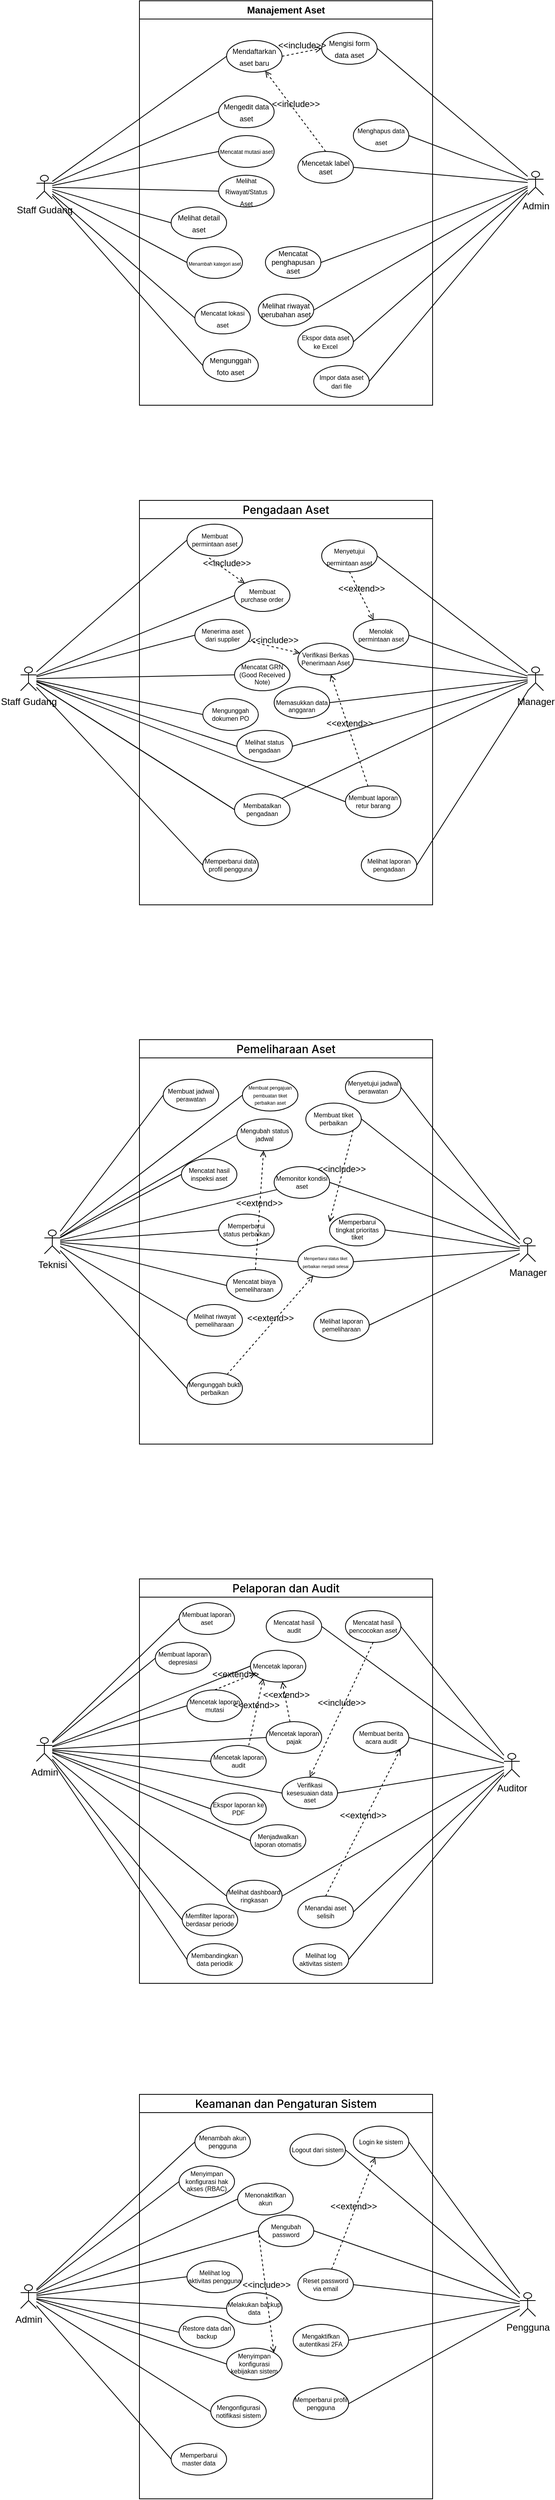
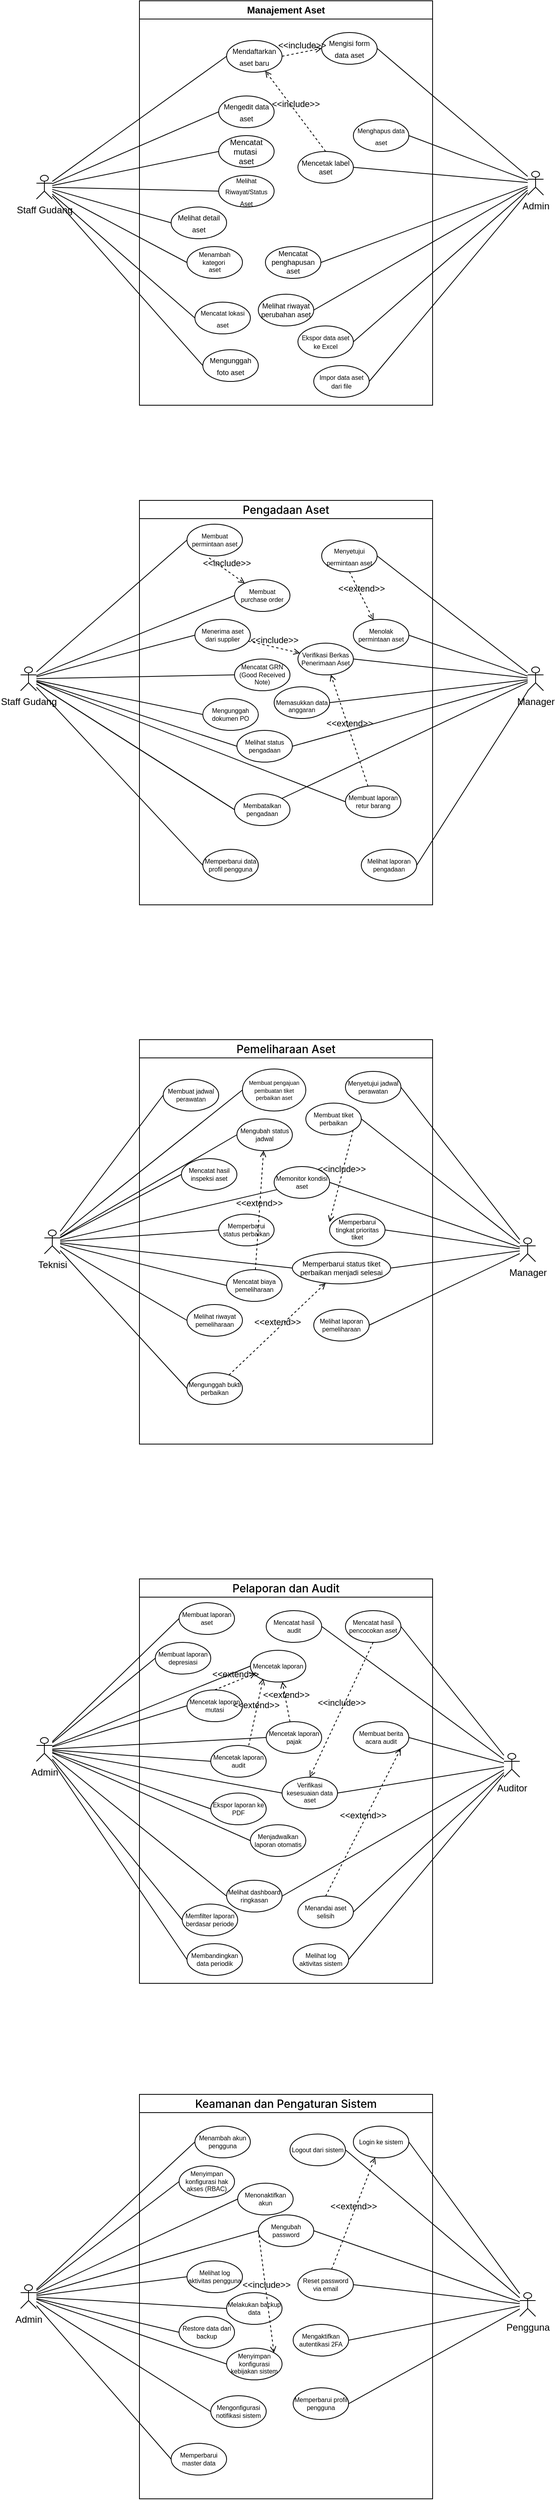
<mxfile host="app.diagrams.net">
  <diagram name="Halaman-1" id="vrqg1WvFMhjWSPYmkqD6">
-     <mxGraphModel dx="1288" dy="709" grid="1" gridSize="10" guides="1" tooltips="1" connect="1" arrows="1" fold="1" page="1" pageScale="1" pageWidth="827" pageHeight="1169" math="0" shadow="0">
+     <mxGraphModel dx="981" dy="540" grid="0" gridSize="10" guides="1" tooltips="1" connect="1" arrows="1" fold="1" page="0" pageScale="1" pageWidth="827" pageHeight="1169" math="0" shadow="0">
      <root>
        <mxCell id="0" />
        <mxCell id="1" parent="0" />
        <mxCell id="ttJMnmOJ9A8DWHro3bs2-210" parent="1" style="shape=umlActor;verticalLabelPosition=bottom;verticalAlign=top;html=1;outlineConnect=0;" value="Staff Gudang" vertex="1">
          <mxGeometry height="30" width="20" x="90" y="310" as="geometry" />
        </mxCell>
        <mxCell id="ttJMnmOJ9A8DWHro3bs2-211" parent="1" style="shape=umlActor;verticalLabelPosition=bottom;verticalAlign=top;html=1;outlineConnect=0;" value="Admin" vertex="1">
          <mxGeometry height="30" width="20" x="710" y="305" as="geometry" />
        </mxCell>
        <mxCell id="ttJMnmOJ9A8DWHro3bs2-215" edge="1" parent="1" source="ttJMnmOJ9A8DWHro3bs2-216" style="rounded=0;orthogonalLoop=1;jettySize=auto;html=1;exitX=0;exitY=0.5;exitDx=0;exitDy=0;endArrow=none;endFill=0;" target="ttJMnmOJ9A8DWHro3bs2-210">
          <mxGeometry relative="1" as="geometry" />
        </mxCell>
        <mxCell id="ttJMnmOJ9A8DWHro3bs2-217" edge="1" parent="1" source="ttJMnmOJ9A8DWHro3bs2-218" style="rounded=0;orthogonalLoop=1;jettySize=auto;html=1;exitX=0;exitY=0.5;exitDx=0;exitDy=0;endArrow=none;endFill=0;" target="ttJMnmOJ9A8DWHro3bs2-210">
          <mxGeometry relative="1" as="geometry" />
        </mxCell>
-         <mxCell id="ttJMnmOJ9A8DWHro3bs2-219" parent="1" style="ellipse;whiteSpace=wrap;html=1;align=center;" value="&lt;span style=&quot;font-size: 6px;&quot;&gt;Menambah kategori aset&lt;/span&gt;" vertex="1">
+         <mxCell id="ttJMnmOJ9A8DWHro3bs2-219" parent="1" style="ellipse;whiteSpace=wrap;html=1;align=center;fontSize=8;" value="&lt;span&gt;Menambah kategori&amp;nbsp;&lt;/span&gt;&lt;div&gt;&lt;span&gt;aset&lt;/span&gt;&lt;/div&gt;" vertex="1">
          <mxGeometry height="40" width="70" x="280" y="400" as="geometry" />
        </mxCell>
        <mxCell id="ttJMnmOJ9A8DWHro3bs2-220" parent="1" style="ellipse;whiteSpace=wrap;html=1;align=center;" value="&lt;span style=&quot;&quot;&gt;&lt;font style=&quot;font-size: 9px;&quot;&gt;Mengunggah foto aset&lt;/font&gt;&lt;/span&gt;" vertex="1">
          <mxGeometry height="40" width="70" x="300" y="530" as="geometry" />
        </mxCell>
        <mxCell id="ttJMnmOJ9A8DWHro3bs2-221" parent="1" style="ellipse;whiteSpace=wrap;html=1;align=center;" value="&lt;span style=&quot;&quot;&gt;&lt;font style=&quot;font-size: 9px;&quot;&gt;Mengedit data aset&lt;/font&gt;&lt;/span&gt;" vertex="1">
          <mxGeometry height="40" width="70" x="320" y="210" as="geometry" />
        </mxCell>
        <mxCell id="ttJMnmOJ9A8DWHro3bs2-222" parent="1" style="ellipse;whiteSpace=wrap;html=1;align=center;" value="&lt;span style=&quot;&quot;&gt;&lt;font style=&quot;font-size: 8px;&quot;&gt;Mencatat lokasi aset&lt;/font&gt;&lt;/span&gt;" vertex="1">
          <mxGeometry height="40" width="70" x="290" y="470" as="geometry" />
        </mxCell>
        <mxCell id="ttJMnmOJ9A8DWHro3bs2-223" parent="1" style="ellipse;whiteSpace=wrap;html=1;align=center;" value="&lt;span style=&quot;&quot;&gt;&lt;font style=&quot;font-size: 9px;&quot;&gt;Mengisi form data aset&lt;/font&gt;&lt;/span&gt;" vertex="1">
          <mxGeometry height="40" width="70" x="450" y="130" as="geometry" />
        </mxCell>
        <mxCell id="ttJMnmOJ9A8DWHro3bs2-226" edge="1" parent="1" source="ttJMnmOJ9A8DWHro3bs2-227" style="rounded=0;orthogonalLoop=1;jettySize=auto;html=1;exitX=1;exitY=0.5;exitDx=0;exitDy=0;endArrow=none;endFill=0;" target="ttJMnmOJ9A8DWHro3bs2-211">
          <mxGeometry relative="1" as="geometry">
            <mxPoint x="710" y="340" as="targetPoint" />
          </mxGeometry>
        </mxCell>
        <mxCell id="ttJMnmOJ9A8DWHro3bs2-232" edge="1" parent="1" source="ttJMnmOJ9A8DWHro3bs2-212" style="rounded=0;orthogonalLoop=1;jettySize=auto;html=1;exitX=0;exitY=0.5;exitDx=0;exitDy=0;endArrow=none;endFill=0;" target="ttJMnmOJ9A8DWHro3bs2-210">
          <mxGeometry relative="1" as="geometry" />
        </mxCell>
        <mxCell id="ttJMnmOJ9A8DWHro3bs2-233" edge="1" parent="1" source="ttJMnmOJ9A8DWHro3bs2-221" style="rounded=0;orthogonalLoop=1;jettySize=auto;html=1;exitX=0;exitY=0.5;exitDx=0;exitDy=0;endArrow=none;endFill=0;" target="ttJMnmOJ9A8DWHro3bs2-210">
          <mxGeometry relative="1" as="geometry" />
        </mxCell>
        <mxCell id="ttJMnmOJ9A8DWHro3bs2-234" edge="1" parent="1" source="ttJMnmOJ9A8DWHro3bs2-220" style="rounded=0;orthogonalLoop=1;jettySize=auto;html=1;exitX=0;exitY=0.5;exitDx=0;exitDy=0;endArrow=none;endFill=0;" target="ttJMnmOJ9A8DWHro3bs2-210">
          <mxGeometry relative="1" as="geometry" />
        </mxCell>
        <mxCell id="ttJMnmOJ9A8DWHro3bs2-235" edge="1" parent="1" source="ttJMnmOJ9A8DWHro3bs2-219" style="rounded=0;orthogonalLoop=1;jettySize=auto;html=1;exitX=0;exitY=0.5;exitDx=0;exitDy=0;startSize=5;endArrow=none;endFill=0;" target="ttJMnmOJ9A8DWHro3bs2-210">
          <mxGeometry relative="1" as="geometry" />
        </mxCell>
        <mxCell id="ttJMnmOJ9A8DWHro3bs2-236" edge="1" parent="1" source="ttJMnmOJ9A8DWHro3bs2-222" style="rounded=0;orthogonalLoop=1;jettySize=auto;html=1;exitX=0;exitY=0.5;exitDx=0;exitDy=0;endArrow=none;endFill=0;" target="ttJMnmOJ9A8DWHro3bs2-210">
          <mxGeometry relative="1" as="geometry" />
        </mxCell>
        <mxCell id="ttJMnmOJ9A8DWHro3bs2-237" edge="1" parent="1" source="ttJMnmOJ9A8DWHro3bs2-223" style="rounded=0;orthogonalLoop=1;jettySize=auto;html=1;exitX=1;exitY=0.5;exitDx=0;exitDy=0;endArrow=none;endFill=0;" target="ttJMnmOJ9A8DWHro3bs2-211">
          <mxGeometry relative="1" as="geometry" />
        </mxCell>
        <mxCell id="ttJMnmOJ9A8DWHro3bs2-240" edge="1" parent="1" source="ttJMnmOJ9A8DWHro3bs2-230" style="rounded=0;orthogonalLoop=1;jettySize=auto;html=1;exitX=1;exitY=0.5;exitDx=0;exitDy=0;endArrow=none;endFill=0;" target="ttJMnmOJ9A8DWHro3bs2-211">
          <mxGeometry relative="1" as="geometry" />
        </mxCell>
        <mxCell id="ttJMnmOJ9A8DWHro3bs2-241" edge="1" parent="1" source="ttJMnmOJ9A8DWHro3bs2-228" style="rounded=0;orthogonalLoop=1;jettySize=auto;html=1;exitX=1;exitY=0.5;exitDx=0;exitDy=0;endArrow=none;endFill=0;" target="ttJMnmOJ9A8DWHro3bs2-211">
          <mxGeometry relative="1" as="geometry" />
        </mxCell>
        <mxCell id="ttJMnmOJ9A8DWHro3bs2-242" edge="1" parent="1" source="ttJMnmOJ9A8DWHro3bs2-225" style="rounded=0;orthogonalLoop=1;jettySize=auto;html=1;exitX=1;exitY=0.5;exitDx=0;exitDy=0;endArrow=none;endFill=0;" target="ttJMnmOJ9A8DWHro3bs2-211">
          <mxGeometry relative="1" as="geometry" />
        </mxCell>
        <mxCell id="ttJMnmOJ9A8DWHro3bs2-243" edge="1" parent="1" source="ttJMnmOJ9A8DWHro3bs2-231" style="rounded=0;orthogonalLoop=1;jettySize=auto;html=1;exitX=1;exitY=0.5;exitDx=0;exitDy=0;endArrow=none;endFill=0;" target="ttJMnmOJ9A8DWHro3bs2-211">
          <mxGeometry relative="1" as="geometry" />
        </mxCell>
        <mxCell id="ttJMnmOJ9A8DWHro3bs2-245" edge="1" parent="1" source="ttJMnmOJ9A8DWHro3bs2-212" style="html=1;verticalAlign=bottom;labelBackgroundColor=none;endArrow=open;endFill=0;dashed=1;rounded=0;entryX=0;entryY=0.5;entryDx=0;entryDy=0;exitX=1;exitY=0.5;exitDx=0;exitDy=0;" target="ttJMnmOJ9A8DWHro3bs2-223" value="&amp;lt;&amp;lt;include&amp;gt;&amp;gt;">
          <mxGeometry relative="1" width="160" as="geometry">
            <mxPoint x="400" y="170" as="sourcePoint" />
            <mxPoint x="560" y="170" as="targetPoint" />
          </mxGeometry>
        </mxCell>
        <mxCell id="ttJMnmOJ9A8DWHro3bs2-248" parent="1" style="swimlane;whiteSpace=wrap;html=1;startSize=23;" value="Manajement Aset" vertex="1">
          <mxGeometry height="510" width="370" x="220" y="90" as="geometry" />
        </mxCell>
        <mxCell id="ttJMnmOJ9A8DWHro3bs2-218" parent="ttJMnmOJ9A8DWHro3bs2-248" style="ellipse;whiteSpace=wrap;html=1;align=center;" value="&lt;span style=&quot;&quot;&gt;&lt;font style=&quot;font-size: 9px;&quot;&gt;Melihat detail aset&lt;/font&gt;&lt;/span&gt;" vertex="1">
          <mxGeometry height="40" width="70" x="40" y="260" as="geometry" />
        </mxCell>
        <mxCell id="ttJMnmOJ9A8DWHro3bs2-216" parent="ttJMnmOJ9A8DWHro3bs2-248" style="ellipse;whiteSpace=wrap;html=1;align=center;" value="&lt;font style=&quot;font-size: 8px;&quot;&gt;Melihat Riwayat/Status Aset&lt;/font&gt;" vertex="1">
          <mxGeometry height="40" width="70" x="100" y="220" as="geometry" />
        </mxCell>
        <mxCell id="ttJMnmOJ9A8DWHro3bs2-230" parent="ttJMnmOJ9A8DWHro3bs2-248" style="ellipse;whiteSpace=wrap;html=1;verticalAlign=middle;fontSize=9;align=center;" value="Mencatat penghapusan aset" vertex="1">
          <mxGeometry height="40" width="70" x="159" y="310" as="geometry" />
        </mxCell>
        <mxCell id="ttJMnmOJ9A8DWHro3bs2-214" parent="ttJMnmOJ9A8DWHro3bs2-248" style="ellipse;whiteSpace=wrap;html=1;align=center;" value="&lt;span style=&quot;&quot;&gt;&lt;font style=&quot;font-size: 8px;&quot;&gt;Menghapus data aset&lt;/font&gt;&lt;/span&gt;" vertex="1">
          <mxGeometry height="40" width="70" x="270" y="150" as="geometry" />
        </mxCell>
-         <mxCell id="ttJMnmOJ9A8DWHro3bs2-229" parent="ttJMnmOJ9A8DWHro3bs2-248" style="ellipse;whiteSpace=wrap;html=1;verticalAlign=middle;fontSize=9;align=center;" value="&lt;font style=&quot;font-size: 7px;&quot;&gt;Mencatat mutasi aset&lt;/font&gt;" vertex="1">
+         <mxCell id="ttJMnmOJ9A8DWHro3bs2-229" parent="ttJMnmOJ9A8DWHro3bs2-248" style="ellipse;whiteSpace=wrap;html=1;verticalAlign=middle;fontSize=10;align=center;" value="&lt;font&gt;Mencatat mutasi&amp;nbsp;&lt;/font&gt;&lt;div&gt;&lt;font&gt;aset&lt;/font&gt;&lt;/div&gt;" vertex="1">
          <mxGeometry height="40" width="70" x="100" y="170" as="geometry" />
        </mxCell>
        <mxCell id="ttJMnmOJ9A8DWHro3bs2-225" parent="ttJMnmOJ9A8DWHro3bs2-248" style="ellipse;whiteSpace=wrap;html=1;verticalAlign=middle;fontSize=9;align=center;" value="Melihat riwayat perubahan aset" vertex="1">
          <mxGeometry height="40" width="70" x="150" y="370" as="geometry" />
        </mxCell>
        <mxCell id="ttJMnmOJ9A8DWHro3bs2-231" parent="ttJMnmOJ9A8DWHro3bs2-248" style="ellipse;whiteSpace=wrap;html=1;verticalAlign=middle;fontSize=9;align=center;" value="&lt;font style=&quot;font-size: 8px;&quot;&gt;Impor data aset dari file&lt;/font&gt;" vertex="1">
          <mxGeometry height="40" width="70" x="220" y="460" as="geometry" />
        </mxCell>
        <mxCell id="ttJMnmOJ9A8DWHro3bs2-227" parent="ttJMnmOJ9A8DWHro3bs2-248" style="ellipse;whiteSpace=wrap;html=1;verticalAlign=middle;fontSize=9;align=center;" value="&lt;font style=&quot;font-size: 8px;&quot;&gt;Ekspor data aset ke Excel&lt;/font&gt;" vertex="1">
          <mxGeometry height="40" width="70" x="200" y="410" as="geometry" />
        </mxCell>
        <mxCell id="ttJMnmOJ9A8DWHro3bs2-228" parent="ttJMnmOJ9A8DWHro3bs2-248" style="ellipse;whiteSpace=wrap;html=1;verticalAlign=middle;fontSize=9;align=center;" value="Mencetak label aset" vertex="1">
          <mxGeometry height="40" width="70" x="200" y="190" as="geometry" />
        </mxCell>
        <mxCell id="ttJMnmOJ9A8DWHro3bs2-212" parent="ttJMnmOJ9A8DWHro3bs2-248" style="ellipse;whiteSpace=wrap;html=1;align=center;" value="&lt;span style=&quot;&quot;&gt;&lt;font style=&quot;font-size: 9px;&quot;&gt;Mendaftarkan aset baru&lt;/font&gt;&lt;/span&gt;" vertex="1">
          <mxGeometry height="40" width="70" x="110" y="50" as="geometry" />
        </mxCell>
        <mxCell id="ttJMnmOJ9A8DWHro3bs2-244" edge="1" parent="ttJMnmOJ9A8DWHro3bs2-248" source="ttJMnmOJ9A8DWHro3bs2-228" style="html=1;verticalAlign=bottom;labelBackgroundColor=none;endArrow=open;endFill=0;dashed=1;rounded=0;exitX=0.5;exitY=0;exitDx=0;exitDy=0;" target="ttJMnmOJ9A8DWHro3bs2-212" value="&amp;lt;&amp;lt;include&amp;gt;&amp;gt;">
          <mxGeometry relative="1" width="160" as="geometry">
            <mxPoint x="160" y="300" as="sourcePoint" />
            <mxPoint x="265" y="130" as="targetPoint" />
          </mxGeometry>
        </mxCell>
        <mxCell id="ttJMnmOJ9A8DWHro3bs2-249" parent="1" style="swimlane;whiteSpace=wrap;html=1;startSize=23;" value="&lt;span style=&quot;font-family: &amp;quot;Anthropic Sans&amp;quot;, -apple-system, BlinkMacSystemFont, &amp;quot;Segoe UI&amp;quot;, sans-serif; font-size: 14px; font-weight: 500; text-align: start; white-space: nowrap;&quot;&gt;Pengadaan Aset&lt;/span&gt;" vertex="1">
          <mxGeometry height="510" width="370" x="220" y="720" as="geometry" />
        </mxCell>
        <mxCell id="ttJMnmOJ9A8DWHro3bs2-253" parent="ttJMnmOJ9A8DWHro3bs2-249" style="ellipse;whiteSpace=wrap;html=1;align=center;fontSize=8;" value="&lt;span style=&quot;&quot;&gt;Membuat permintaan aset&lt;/span&gt;" vertex="1">
          <mxGeometry height="40" width="70" x="60" y="30" as="geometry" />
        </mxCell>
        <mxCell id="ttJMnmOJ9A8DWHro3bs2-254" parent="ttJMnmOJ9A8DWHro3bs2-249" style="ellipse;whiteSpace=wrap;html=1;align=center;fontSize=8;" value="&lt;span style=&quot;&quot;&gt;Membuat purchase order&lt;/span&gt;" vertex="1">
          <mxGeometry height="40" width="70" x="120" y="100" as="geometry" />
        </mxCell>
        <mxCell id="ttJMnmOJ9A8DWHro3bs2-260" parent="ttJMnmOJ9A8DWHro3bs2-249" style="ellipse;whiteSpace=wrap;html=1;align=center;fontSize=8;" value="&lt;span style=&quot;&quot;&gt;Menerima aset dari supplier&lt;/span&gt;" vertex="1">
          <mxGeometry height="40" width="70" x="70" y="150" as="geometry" />
        </mxCell>
        <mxCell id="ttJMnmOJ9A8DWHro3bs2-255" parent="ttJMnmOJ9A8DWHro3bs2-249" style="ellipse;whiteSpace=wrap;html=1;align=center;fontSize=8;" value="Memperbarui data profil pengguna" vertex="1">
          <mxGeometry height="40" width="70" x="80" y="440" as="geometry" />
        </mxCell>
        <mxCell id="ttJMnmOJ9A8DWHro3bs2-258" parent="ttJMnmOJ9A8DWHro3bs2-249" style="ellipse;whiteSpace=wrap;html=1;align=center;fontSize=8;" value="&lt;span style=&quot;&quot;&gt;Mencatat GRN (Good Received Note)&lt;/span&gt;" vertex="1">
          <mxGeometry height="40" width="70" x="120" y="200" as="geometry" />
        </mxCell>
        <mxCell id="ttJMnmOJ9A8DWHro3bs2-259" parent="ttJMnmOJ9A8DWHro3bs2-249" style="ellipse;whiteSpace=wrap;html=1;align=center;fontSize=8;" value="&lt;span style=&quot;&quot;&gt;Membatalkan pengadaan&lt;/span&gt;" vertex="1">
          <mxGeometry height="40" width="70" x="120" y="370" as="geometry" />
        </mxCell>
        <mxCell id="ttJMnmOJ9A8DWHro3bs2-256" parent="ttJMnmOJ9A8DWHro3bs2-249" style="ellipse;whiteSpace=wrap;html=1;align=center;fontSize=8;" value="&lt;span style=&quot;&quot;&gt;Mengunggah dokumen PO&lt;/span&gt;" vertex="1">
          <mxGeometry height="40" width="70" x="80" y="250" as="geometry" />
        </mxCell>
        <mxCell id="ttJMnmOJ9A8DWHro3bs2-257" parent="ttJMnmOJ9A8DWHro3bs2-249" style="ellipse;whiteSpace=wrap;html=1;align=center;fontSize=8;" value="&lt;span style=&quot;&quot;&gt;Melihat status pengadaan&lt;/span&gt;" vertex="1">
          <mxGeometry height="40" width="70" x="123" y="290" as="geometry" />
        </mxCell>
        <mxCell id="ttJMnmOJ9A8DWHro3bs2-263" parent="ttJMnmOJ9A8DWHro3bs2-249" style="ellipse;whiteSpace=wrap;html=1;align=center;" value="&lt;span style=&quot;&quot;&gt;&lt;font style=&quot;font-size: 8px;&quot;&gt;Menyetujui permintaan aset&lt;/font&gt;&lt;/span&gt;" vertex="1">
          <mxGeometry height="40" width="70" x="230" y="50" as="geometry" />
        </mxCell>
        <mxCell id="ttJMnmOJ9A8DWHro3bs2-261" parent="ttJMnmOJ9A8DWHro3bs2-249" style="ellipse;whiteSpace=wrap;html=1;align=center;fontSize=8;" value="&lt;span style=&quot;&quot;&gt;Menolak permintaan aset&lt;/span&gt;" vertex="1">
          <mxGeometry height="40" width="70" x="270" y="150" as="geometry" />
        </mxCell>
        <mxCell id="ttJMnmOJ9A8DWHro3bs2-262" parent="ttJMnmOJ9A8DWHro3bs2-249" style="ellipse;whiteSpace=wrap;html=1;align=center;fontSize=8;" value="&lt;br&gt;&lt;div&gt;Memasukkan data anggaran&lt;/div&gt;" vertex="1">
          <mxGeometry height="40" width="70" x="170" y="235" as="geometry" />
        </mxCell>
        <mxCell id="ttJMnmOJ9A8DWHro3bs2-264" parent="ttJMnmOJ9A8DWHro3bs2-249" style="ellipse;whiteSpace=wrap;html=1;align=center;fontSize=8;" value="&lt;span style=&quot;&quot;&gt;Melihat laporan pengadaan&lt;/span&gt;" vertex="1">
          <mxGeometry height="40" width="70" x="280" y="440" as="geometry" />
        </mxCell>
        <mxCell id="ttJMnmOJ9A8DWHro3bs2-265" parent="ttJMnmOJ9A8DWHro3bs2-249" style="ellipse;whiteSpace=wrap;html=1;align=center;fontSize=8;" value="Verifikasi Berkas Penerimaan Aset" vertex="1">
          <mxGeometry height="40" width="70" x="200" y="180" as="geometry" />
        </mxCell>
        <mxCell id="ttJMnmOJ9A8DWHro3bs2-286" edge="1" parent="ttJMnmOJ9A8DWHro3bs2-249" source="ttJMnmOJ9A8DWHro3bs2-263" style="html=1;verticalAlign=bottom;labelBackgroundColor=none;endArrow=open;endFill=0;dashed=1;rounded=0;exitX=0.5;exitY=1;exitDx=0;exitDy=0;" target="ttJMnmOJ9A8DWHro3bs2-261" value="&amp;lt;&amp;lt;extend&amp;gt;&amp;gt;">
          <mxGeometry relative="1" width="160" as="geometry">
            <mxPoint x="220" y="80" as="sourcePoint" />
            <mxPoint x="270" y="84" as="targetPoint" />
          </mxGeometry>
        </mxCell>
        <mxCell id="Ji7-jTJ7KOdppPhq-gUy-3" edge="1" parent="ttJMnmOJ9A8DWHro3bs2-249" source="ttJMnmOJ9A8DWHro3bs2-253" style="html=1;verticalAlign=bottom;labelBackgroundColor=none;endArrow=open;endFill=0;dashed=1;rounded=0;exitX=0.398;exitY=1.064;exitDx=0;exitDy=0;exitPerimeter=0;" target="ttJMnmOJ9A8DWHro3bs2-254" value="&amp;lt;&amp;lt;include&amp;gt;&amp;gt;">
          <mxGeometry relative="1" width="160" as="geometry">
            <mxPoint x="210" y="70" as="sourcePoint" />
            <mxPoint x="232" y="173" as="targetPoint" />
          </mxGeometry>
        </mxCell>
        <mxCell id="Ji7-jTJ7KOdppPhq-gUy-5" edge="1" parent="ttJMnmOJ9A8DWHro3bs2-249" source="ttJMnmOJ9A8DWHro3bs2-260" style="html=1;verticalAlign=bottom;labelBackgroundColor=none;endArrow=open;endFill=0;dashed=1;rounded=0;" target="ttJMnmOJ9A8DWHro3bs2-265" value="&amp;lt;&amp;lt;include&amp;gt;&amp;gt;">
          <mxGeometry relative="1" width="160" as="geometry">
            <mxPoint x="190" y="150" as="sourcePoint" />
            <mxPoint x="235" y="182" as="targetPoint" />
          </mxGeometry>
        </mxCell>
        <mxCell id="Ji7-jTJ7KOdppPhq-gUy-6" parent="ttJMnmOJ9A8DWHro3bs2-249" style="ellipse;whiteSpace=wrap;html=1;align=center;fontSize=8;" value="&lt;span style=&quot;&quot;&gt;Me&lt;/span&gt;&lt;span style=&quot;background-color: transparent; color: light-dark(rgb(0, 0, 0), rgb(255, 255, 255));&quot;&gt;mbuat laporan retur barang&lt;/span&gt;" vertex="1">
          <mxGeometry height="40" width="70" x="260" y="360" as="geometry" />
        </mxCell>
        <mxCell id="Ji7-jTJ7KOdppPhq-gUy-8" edge="1" parent="ttJMnmOJ9A8DWHro3bs2-249" source="Ji7-jTJ7KOdppPhq-gUy-6" style="html=1;verticalAlign=bottom;labelBackgroundColor=none;endArrow=open;endFill=0;dashed=1;rounded=0;" target="ttJMnmOJ9A8DWHro3bs2-265" value="&amp;lt;&amp;lt;extend&amp;gt;&amp;gt;">
          <mxGeometry relative="1" width="160" as="geometry">
            <mxPoint x="300" y="340" as="sourcePoint" />
            <mxPoint x="330" y="401" as="targetPoint" />
          </mxGeometry>
        </mxCell>
        <mxCell id="ttJMnmOJ9A8DWHro3bs2-250" parent="1" style="shape=umlActor;verticalLabelPosition=bottom;verticalAlign=top;html=1;outlineConnect=0;" value="Staff Gudang" vertex="1">
          <mxGeometry height="30" width="20" x="70" y="930" as="geometry" />
        </mxCell>
        <mxCell id="ttJMnmOJ9A8DWHro3bs2-251" parent="1" style="shape=umlActor;verticalLabelPosition=bottom;verticalAlign=top;html=1;outlineConnect=0;" value="Manager" vertex="1">
          <mxGeometry height="30" width="20" x="710" y="930" as="geometry" />
        </mxCell>
        <mxCell id="ttJMnmOJ9A8DWHro3bs2-274" edge="1" parent="1" source="ttJMnmOJ9A8DWHro3bs2-256" style="rounded=0;orthogonalLoop=1;jettySize=auto;html=1;exitX=0;exitY=0.5;exitDx=0;exitDy=0;endArrow=none;endFill=0;" target="ttJMnmOJ9A8DWHro3bs2-250">
          <mxGeometry relative="1" as="geometry" />
        </mxCell>
        <mxCell id="ttJMnmOJ9A8DWHro3bs2-275" edge="1" parent="1" source="ttJMnmOJ9A8DWHro3bs2-257" style="rounded=0;orthogonalLoop=1;jettySize=auto;html=1;exitX=0;exitY=0.5;exitDx=0;exitDy=0;endArrow=none;endFill=0;" target="ttJMnmOJ9A8DWHro3bs2-250">
          <mxGeometry relative="1" as="geometry" />
        </mxCell>
        <mxCell id="ttJMnmOJ9A8DWHro3bs2-266" edge="1" parent="1" source="ttJMnmOJ9A8DWHro3bs2-253" style="rounded=0;orthogonalLoop=1;jettySize=auto;html=1;exitX=0;exitY=0.5;exitDx=0;exitDy=0;endArrow=none;endFill=0;" target="ttJMnmOJ9A8DWHro3bs2-250">
          <mxGeometry relative="1" as="geometry" />
        </mxCell>
        <mxCell id="ttJMnmOJ9A8DWHro3bs2-267" edge="1" parent="1" source="ttJMnmOJ9A8DWHro3bs2-254" style="rounded=0;orthogonalLoop=1;jettySize=auto;html=1;exitX=0;exitY=0.5;exitDx=0;exitDy=0;endArrow=none;endFill=0;" target="ttJMnmOJ9A8DWHro3bs2-250">
          <mxGeometry relative="1" as="geometry" />
        </mxCell>
        <mxCell id="ttJMnmOJ9A8DWHro3bs2-268" edge="1" parent="1" source="ttJMnmOJ9A8DWHro3bs2-260" style="rounded=0;orthogonalLoop=1;jettySize=auto;html=1;exitX=0;exitY=0.5;exitDx=0;exitDy=0;endArrow=none;endFill=0;" target="ttJMnmOJ9A8DWHro3bs2-250">
          <mxGeometry relative="1" as="geometry" />
        </mxCell>
        <mxCell id="ttJMnmOJ9A8DWHro3bs2-269" edge="1" parent="1" source="ttJMnmOJ9A8DWHro3bs2-255" style="rounded=0;orthogonalLoop=1;jettySize=auto;html=1;exitX=0;exitY=0.5;exitDx=0;exitDy=0;endArrow=none;endFill=0;" target="ttJMnmOJ9A8DWHro3bs2-250">
          <mxGeometry relative="1" as="geometry" />
        </mxCell>
        <mxCell id="ttJMnmOJ9A8DWHro3bs2-271" edge="1" parent="1" source="ttJMnmOJ9A8DWHro3bs2-259" style="rounded=0;orthogonalLoop=1;jettySize=auto;html=1;exitX=0;exitY=0.5;exitDx=0;exitDy=0;endArrow=none;endFill=0;" target="ttJMnmOJ9A8DWHro3bs2-250">
          <mxGeometry relative="1" as="geometry" />
        </mxCell>
        <mxCell id="ttJMnmOJ9A8DWHro3bs2-272" edge="1" parent="1" source="ttJMnmOJ9A8DWHro3bs2-259" style="rounded=0;orthogonalLoop=1;jettySize=auto;html=1;exitX=0;exitY=0.5;exitDx=0;exitDy=0;endArrow=none;endFill=0;" target="ttJMnmOJ9A8DWHro3bs2-250">
          <mxGeometry relative="1" as="geometry" />
        </mxCell>
        <mxCell id="ttJMnmOJ9A8DWHro3bs2-276" edge="1" parent="1" source="ttJMnmOJ9A8DWHro3bs2-258" style="rounded=0;orthogonalLoop=1;jettySize=auto;html=1;exitX=0;exitY=0.5;exitDx=0;exitDy=0;endArrow=none;endFill=0;" target="ttJMnmOJ9A8DWHro3bs2-250" value="">
          <mxGeometry relative="1" as="geometry">
            <mxPoint x="330" y="1030" as="sourcePoint" />
            <mxPoint x="120" y="900" as="targetPoint" />
          </mxGeometry>
        </mxCell>
        <mxCell id="ttJMnmOJ9A8DWHro3bs2-278" edge="1" parent="1" source="ttJMnmOJ9A8DWHro3bs2-263" style="rounded=0;orthogonalLoop=1;jettySize=auto;html=1;exitX=1;exitY=0.5;exitDx=0;exitDy=0;endArrow=none;endFill=0;" target="ttJMnmOJ9A8DWHro3bs2-251">
          <mxGeometry relative="1" as="geometry" />
        </mxCell>
        <mxCell id="ttJMnmOJ9A8DWHro3bs2-279" edge="1" parent="1" source="ttJMnmOJ9A8DWHro3bs2-261" style="rounded=0;orthogonalLoop=1;jettySize=auto;html=1;exitX=1;exitY=0.5;exitDx=0;exitDy=0;endArrow=none;endFill=0;" target="ttJMnmOJ9A8DWHro3bs2-251">
          <mxGeometry relative="1" as="geometry" />
        </mxCell>
        <mxCell id="ttJMnmOJ9A8DWHro3bs2-280" edge="1" parent="1" source="ttJMnmOJ9A8DWHro3bs2-262" style="rounded=0;orthogonalLoop=1;jettySize=auto;html=1;exitX=1;exitY=0.5;exitDx=0;exitDy=0;endArrow=none;endFill=0;" target="ttJMnmOJ9A8DWHro3bs2-251">
          <mxGeometry relative="1" as="geometry" />
        </mxCell>
        <mxCell id="ttJMnmOJ9A8DWHro3bs2-281" edge="1" parent="1" source="ttJMnmOJ9A8DWHro3bs2-264" style="rounded=0;orthogonalLoop=1;jettySize=auto;html=1;exitX=1;exitY=0.5;exitDx=0;exitDy=0;endArrow=none;endFill=0;" target="ttJMnmOJ9A8DWHro3bs2-251">
          <mxGeometry relative="1" as="geometry" />
        </mxCell>
        <mxCell id="ttJMnmOJ9A8DWHro3bs2-282" edge="1" parent="1" source="ttJMnmOJ9A8DWHro3bs2-265" style="rounded=0;orthogonalLoop=1;jettySize=auto;html=1;exitX=1;exitY=0.5;exitDx=0;exitDy=0;endArrow=none;endFill=0;" target="ttJMnmOJ9A8DWHro3bs2-251">
          <mxGeometry relative="1" as="geometry" />
        </mxCell>
        <mxCell id="ttJMnmOJ9A8DWHro3bs2-319" parent="1" style="swimlane;whiteSpace=wrap;html=1;startSize=23;" value="&lt;span style=&quot;font-family: &amp;quot;Anthropic Sans&amp;quot;, -apple-system, BlinkMacSystemFont, &amp;quot;Segoe UI&amp;quot;, sans-serif; font-size: 14px; font-weight: 500; text-align: start; white-space: nowrap;&quot;&gt;Pemeliharaan Aset&lt;/span&gt;" vertex="1">
          <mxGeometry height="510" width="370" x="220" y="1400" as="geometry" />
        </mxCell>
        <mxCell id="ttJMnmOJ9A8DWHro3bs2-322" parent="ttJMnmOJ9A8DWHro3bs2-319" style="ellipse;whiteSpace=wrap;html=1;align=center;fontSize=8;" value="Membuat jadwal perawatan" vertex="1">
          <mxGeometry height="40" width="70" x="30" y="50" as="geometry" />
        </mxCell>
        <mxCell id="ttJMnmOJ9A8DWHro3bs2-323" parent="ttJMnmOJ9A8DWHro3bs2-319" style="ellipse;whiteSpace=wrap;html=1;align=center;fontSize=8;" value="Mencatat hasil inspeksi aset" vertex="1">
          <mxGeometry height="40" width="70" x="53" y="150" as="geometry" />
        </mxCell>
        <mxCell id="ttJMnmOJ9A8DWHro3bs2-324" parent="ttJMnmOJ9A8DWHro3bs2-319" style="ellipse;whiteSpace=wrap;html=1;align=center;fontSize=8;" value="Membuat tiket perbaikan" vertex="1">
          <mxGeometry height="40" width="70" x="210" y="80" as="geometry" />
        </mxCell>
        <mxCell id="ttJMnmOJ9A8DWHro3bs2-325" parent="ttJMnmOJ9A8DWHro3bs2-319" style="ellipse;whiteSpace=wrap;html=1;align=center;fontSize=8;" value="Memperbarui status perbaikan" vertex="1">
          <mxGeometry height="40" width="70" x="100" y="220" as="geometry" />
        </mxCell>
        <mxCell id="ttJMnmOJ9A8DWHro3bs2-326" parent="ttJMnmOJ9A8DWHro3bs2-319" style="ellipse;whiteSpace=wrap;html=1;align=center;fontSize=8;" value="Mencatat biaya pemeliharaan" vertex="1">
          <mxGeometry height="40" width="70" x="110" y="290" as="geometry" />
        </mxCell>
        <mxCell id="ttJMnmOJ9A8DWHro3bs2-328" parent="ttJMnmOJ9A8DWHro3bs2-319" style="ellipse;whiteSpace=wrap;html=1;align=center;fontSize=8;" value="Melihat riwayat pemeliharaan" vertex="1">
          <mxGeometry height="40" width="70" x="60" y="334" as="geometry" />
        </mxCell>
        <mxCell id="ttJMnmOJ9A8DWHro3bs2-329" parent="ttJMnmOJ9A8DWHro3bs2-319" style="ellipse;whiteSpace=wrap;html=1;align=center;fontSize=8;" value="Mengunggah bukti perbaikan" vertex="1">
          <mxGeometry height="40" width="70" x="60" y="420" as="geometry" />
        </mxCell>
        <mxCell id="ttJMnmOJ9A8DWHro3bs2-332" parent="ttJMnmOJ9A8DWHro3bs2-319" style="ellipse;whiteSpace=wrap;html=1;align=center;fontSize=8;" value="Memperbarui tingkat prioritas tiket" vertex="1">
          <mxGeometry height="40" width="70" x="240" y="220" as="geometry" />
        </mxCell>
        <mxCell id="ttJMnmOJ9A8DWHro3bs2-333" parent="ttJMnmOJ9A8DWHro3bs2-319" style="ellipse;whiteSpace=wrap;html=1;align=center;fontSize=8;" value="Melihat laporan pemeliharaan" vertex="1">
          <mxGeometry height="40" width="70" x="220" y="340" as="geometry" />
        </mxCell>
-         <mxCell id="ttJMnmOJ9A8DWHro3bs2-334" parent="ttJMnmOJ9A8DWHro3bs2-319" style="ellipse;whiteSpace=wrap;html=1;align=center;fontSize=8;" value="&lt;font style=&quot;font-size: 5px;&quot;&gt;Memperbarui status tiket perbaikan menjadi selesai&lt;/font&gt;" vertex="1">
-           <mxGeometry height="40" width="70" x="200" y="260" as="geometry" />
+         <mxCell id="ttJMnmOJ9A8DWHro3bs2-334" parent="ttJMnmOJ9A8DWHro3bs2-319" style="ellipse;whiteSpace=wrap;html=1;align=center;fontSize=9;" value="&lt;font&gt;Memperbarui status tiket perbaikan menjadi selesai&lt;/font&gt;" vertex="1">
+           <mxGeometry height="40" width="124" x="193" y="268" as="geometry" />
        </mxCell>
        <mxCell id="ttJMnmOJ9A8DWHro3bs2-352" edge="1" parent="ttJMnmOJ9A8DWHro3bs2-319" style="edgeStyle=orthogonalEdgeStyle;rounded=0;orthogonalLoop=1;jettySize=auto;html=1;exitX=0.5;exitY=1;exitDx=0;exitDy=0;">
          <mxGeometry relative="1" as="geometry">
            <mxPoint x="265" y="393" as="sourcePoint" />
            <mxPoint x="265" y="393" as="targetPoint" />
          </mxGeometry>
        </mxCell>
        <mxCell id="ttJMnmOJ9A8DWHro3bs2-353" edge="1" parent="ttJMnmOJ9A8DWHro3bs2-319" source="ttJMnmOJ9A8DWHro3bs2-324" style="html=1;verticalAlign=bottom;labelBackgroundColor=none;endArrow=open;endFill=0;dashed=1;rounded=0;exitX=1;exitY=1;exitDx=0;exitDy=0;entryX=0;entryY=0.25;entryDx=0;entryDy=0;entryPerimeter=0;" target="ttJMnmOJ9A8DWHro3bs2-332" value="&amp;lt;&amp;lt;include&amp;gt;&amp;gt;">
          <mxGeometry relative="1" width="160" as="geometry">
            <mxPoint x="220" y="180" as="sourcePoint" />
            <mxPoint x="238" y="293" as="targetPoint" />
          </mxGeometry>
        </mxCell>
        <mxCell id="ttJMnmOJ9A8DWHro3bs2-354" edge="1" parent="ttJMnmOJ9A8DWHro3bs2-319" source="ttJMnmOJ9A8DWHro3bs2-329" style="html=1;verticalAlign=bottom;labelBackgroundColor=none;endArrow=open;endFill=0;dashed=1;rounded=0;" target="ttJMnmOJ9A8DWHro3bs2-334" value="&amp;lt;&amp;lt;extend&amp;gt;&amp;gt;">
          <mxGeometry relative="1" width="160" as="geometry">
            <mxPoint x="197" y="390" as="sourcePoint" />
            <mxPoint x="180" y="510" as="targetPoint" />
          </mxGeometry>
        </mxCell>
        <mxCell id="ttJMnmOJ9A8DWHro3bs2-331" parent="ttJMnmOJ9A8DWHro3bs2-319" style="ellipse;whiteSpace=wrap;html=1;align=center;fontSize=8;" value="Memonitor kondisi aset" vertex="1">
          <mxGeometry height="40" width="70" x="170" y="160" as="geometry" />
        </mxCell>
        <mxCell id="Ji7-jTJ7KOdppPhq-gUy-9" parent="ttJMnmOJ9A8DWHro3bs2-319" style="ellipse;whiteSpace=wrap;html=1;align=center;fontSize=8;" value="Mengubah status jadwal" vertex="1">
          <mxGeometry height="40" width="70" x="123" y="100" as="geometry" />
        </mxCell>
        <mxCell id="Ji7-jTJ7KOdppPhq-gUy-11" edge="1" parent="ttJMnmOJ9A8DWHro3bs2-319" source="ttJMnmOJ9A8DWHro3bs2-326" style="html=1;verticalAlign=bottom;labelBackgroundColor=none;endArrow=open;endFill=0;dashed=1;rounded=0;" target="Ji7-jTJ7KOdppPhq-gUy-9" value="&amp;lt;&amp;lt;extend&amp;gt;&amp;gt;">
          <mxGeometry relative="1" width="160" as="geometry">
            <mxPoint x="190" y="372" as="sourcePoint" />
            <mxPoint x="278" y="220" as="targetPoint" />
          </mxGeometry>
        </mxCell>
        <mxCell id="ttJMnmOJ9A8DWHro3bs2-330" parent="ttJMnmOJ9A8DWHro3bs2-319" style="ellipse;whiteSpace=wrap;html=1;align=center;fontSize=8;" value="Menyetujui jadwal perawatan" vertex="1">
          <mxGeometry height="40" width="70" x="260" y="40" as="geometry" />
        </mxCell>
-         <mxCell id="Z1_i2laTNwozgm0S6zVG-1" parent="ttJMnmOJ9A8DWHro3bs2-319" style="ellipse;whiteSpace=wrap;html=1;align=center;fontSize=8;" value="&lt;font style=&quot;font-size: 6px;&quot;&gt;Membuat pengajuan pembuatan tiket perbaikan aset&lt;/font&gt;" vertex="1">
-           <mxGeometry height="40" width="70" x="130" y="50" as="geometry" />
+         <mxCell id="Z1_i2laTNwozgm0S6zVG-1" parent="ttJMnmOJ9A8DWHro3bs2-319" style="ellipse;whiteSpace=wrap;html=1;align=center;fontSize=8;" value="&lt;font style=&quot;font-size: 7px;&quot;&gt;Membuat pengajuan pembuatan tiket perbaikan aset&lt;/font&gt;" vertex="1">
+           <mxGeometry height="53" width="80" x="130" y="37" as="geometry" />
        </mxCell>
        <mxCell id="JGa3toTjyCk54IzFmMTe-4" edge="1" parent="1" source="ttJMnmOJ9A8DWHro3bs2-320" style="rounded=0;orthogonalLoop=1;jettySize=auto;html=1;entryX=0;entryY=0.5;entryDx=0;entryDy=0;endArrow=none;endFill=0;" target="ttJMnmOJ9A8DWHro3bs2-334">
          <mxGeometry relative="1" as="geometry" />
        </mxCell>
        <mxCell id="ttJMnmOJ9A8DWHro3bs2-320" parent="1" style="shape=umlActor;verticalLabelPosition=bottom;verticalAlign=top;html=1;outlineConnect=0;" value="Teknisi" vertex="1">
          <mxGeometry height="30" width="20" x="100" y="1640" as="geometry" />
        </mxCell>
        <mxCell id="ttJMnmOJ9A8DWHro3bs2-321" parent="1" style="shape=umlActor;verticalLabelPosition=bottom;verticalAlign=top;html=1;outlineConnect=0;" value="Manager" vertex="1">
          <mxGeometry height="30" width="20" x="700" y="1650" as="geometry" />
        </mxCell>
        <mxCell id="ttJMnmOJ9A8DWHro3bs2-336" edge="1" parent="1" source="ttJMnmOJ9A8DWHro3bs2-322" style="rounded=0;orthogonalLoop=1;jettySize=auto;html=1;exitX=0;exitY=0.5;exitDx=0;exitDy=0;endArrow=none;endFill=0;" target="ttJMnmOJ9A8DWHro3bs2-320">
          <mxGeometry relative="1" as="geometry" />
        </mxCell>
        <mxCell id="ttJMnmOJ9A8DWHro3bs2-337" edge="1" parent="1" source="ttJMnmOJ9A8DWHro3bs2-323" style="rounded=0;orthogonalLoop=1;jettySize=auto;html=1;exitX=0;exitY=0.5;exitDx=0;exitDy=0;endArrow=none;endFill=0;" target="ttJMnmOJ9A8DWHro3bs2-320">
          <mxGeometry relative="1" as="geometry" />
        </mxCell>
        <mxCell id="ttJMnmOJ9A8DWHro3bs2-339" edge="1" parent="1" source="ttJMnmOJ9A8DWHro3bs2-325" style="rounded=0;orthogonalLoop=1;jettySize=auto;html=1;exitX=0;exitY=0.5;exitDx=0;exitDy=0;endArrow=none;endFill=0;" target="ttJMnmOJ9A8DWHro3bs2-320">
          <mxGeometry relative="1" as="geometry" />
        </mxCell>
        <mxCell id="ttJMnmOJ9A8DWHro3bs2-340" edge="1" parent="1" source="ttJMnmOJ9A8DWHro3bs2-326" style="rounded=0;orthogonalLoop=1;jettySize=auto;html=1;exitX=0;exitY=0.5;exitDx=0;exitDy=0;endArrow=none;endFill=0;" target="ttJMnmOJ9A8DWHro3bs2-320">
          <mxGeometry relative="1" as="geometry" />
        </mxCell>
        <mxCell id="ttJMnmOJ9A8DWHro3bs2-341" edge="1" parent="1" source="ttJMnmOJ9A8DWHro3bs2-328" style="rounded=0;orthogonalLoop=1;jettySize=auto;html=1;exitX=0;exitY=0.5;exitDx=0;exitDy=0;endArrow=none;endFill=0;" target="ttJMnmOJ9A8DWHro3bs2-320">
          <mxGeometry relative="1" as="geometry" />
        </mxCell>
        <mxCell id="ttJMnmOJ9A8DWHro3bs2-345" edge="1" parent="1" source="ttJMnmOJ9A8DWHro3bs2-330" style="rounded=0;orthogonalLoop=1;jettySize=auto;html=1;exitX=1;exitY=0.5;exitDx=0;exitDy=0;endArrow=none;endFill=0;" target="ttJMnmOJ9A8DWHro3bs2-321">
          <mxGeometry relative="1" as="geometry" />
        </mxCell>
        <mxCell id="ttJMnmOJ9A8DWHro3bs2-346" edge="1" parent="1" source="ttJMnmOJ9A8DWHro3bs2-331" style="rounded=0;orthogonalLoop=1;jettySize=auto;html=1;exitX=1;exitY=0.5;exitDx=0;exitDy=0;endArrow=none;endFill=0;" target="ttJMnmOJ9A8DWHro3bs2-321">
          <mxGeometry relative="1" as="geometry" />
        </mxCell>
        <mxCell id="ttJMnmOJ9A8DWHro3bs2-348" edge="1" parent="1" source="ttJMnmOJ9A8DWHro3bs2-332" style="rounded=0;orthogonalLoop=1;jettySize=auto;html=1;exitX=1;exitY=0.5;exitDx=0;exitDy=0;endArrow=none;endFill=0;" target="ttJMnmOJ9A8DWHro3bs2-321">
          <mxGeometry relative="1" as="geometry" />
        </mxCell>
        <mxCell id="ttJMnmOJ9A8DWHro3bs2-349" edge="1" parent="1" source="ttJMnmOJ9A8DWHro3bs2-333" style="rounded=0;orthogonalLoop=1;jettySize=auto;html=1;exitX=1;exitY=0.5;exitDx=0;exitDy=0;endArrow=none;endFill=0;" target="ttJMnmOJ9A8DWHro3bs2-321">
          <mxGeometry relative="1" as="geometry" />
        </mxCell>
        <mxCell id="ttJMnmOJ9A8DWHro3bs2-350" edge="1" parent="1" source="ttJMnmOJ9A8DWHro3bs2-334" style="rounded=0;orthogonalLoop=1;jettySize=auto;html=1;exitX=1;exitY=0.5;exitDx=0;exitDy=0;endArrow=none;endFill=0;" target="ttJMnmOJ9A8DWHro3bs2-321">
          <mxGeometry relative="1" as="geometry" />
        </mxCell>
        <mxCell id="ttJMnmOJ9A8DWHro3bs2-343" edge="1" parent="1" source="ttJMnmOJ9A8DWHro3bs2-329" style="rounded=0;orthogonalLoop=1;jettySize=auto;html=1;exitX=0;exitY=0.5;exitDx=0;exitDy=0;endArrow=none;endFill=0;" target="ttJMnmOJ9A8DWHro3bs2-320">
          <mxGeometry relative="1" as="geometry">
            <mxPoint x="119.99999999999977" y="1680" as="targetPoint" />
          </mxGeometry>
        </mxCell>
        <mxCell id="ttJMnmOJ9A8DWHro3bs2-355" parent="1" style="swimlane;whiteSpace=wrap;html=1;startSize=23;" value="&lt;span style=&quot;font-family: &amp;quot;Anthropic Sans&amp;quot;, -apple-system, BlinkMacSystemFont, &amp;quot;Segoe UI&amp;quot;, sans-serif; font-size: 14px; font-weight: 500; text-align: start; white-space: nowrap;&quot;&gt;Pelaporan dan Audit&lt;/span&gt;" vertex="1">
          <mxGeometry height="510" width="370" x="220" y="2080" as="geometry" />
        </mxCell>
        <mxCell id="ttJMnmOJ9A8DWHro3bs2-360" parent="ttJMnmOJ9A8DWHro3bs2-355" style="ellipse;whiteSpace=wrap;html=1;align=center;fontSize=8;" value="Mencetak laporan" vertex="1">
          <mxGeometry height="40" width="70" x="140" y="90" as="geometry" />
        </mxCell>
        <mxCell id="ttJMnmOJ9A8DWHro3bs2-361" parent="ttJMnmOJ9A8DWHro3bs2-355" style="ellipse;whiteSpace=wrap;html=1;align=center;fontSize=8;" value="Ekspor laporan ke PDF" vertex="1">
          <mxGeometry height="40" width="70" x="90" y="270" as="geometry" />
        </mxCell>
        <mxCell id="ttJMnmOJ9A8DWHro3bs2-362" parent="ttJMnmOJ9A8DWHro3bs2-355" style="ellipse;whiteSpace=wrap;html=1;align=center;fontSize=8;" value="Melihat dashboard ringkasan" vertex="1">
          <mxGeometry height="40" width="70" x="110" y="380" as="geometry" />
        </mxCell>
        <mxCell id="ttJMnmOJ9A8DWHro3bs2-371" parent="ttJMnmOJ9A8DWHro3bs2-355" style="ellipse;whiteSpace=wrap;html=1;align=center;fontSize=8;" value="Melihat log aktivitas sistem" vertex="1">
          <mxGeometry height="40" width="70" x="194" y="460" as="geometry" />
        </mxCell>
        <mxCell id="ttJMnmOJ9A8DWHro3bs2-363" parent="ttJMnmOJ9A8DWHro3bs2-355" style="ellipse;whiteSpace=wrap;html=1;align=center;fontSize=8;" value="Menjadwalkan laporan otomatis" vertex="1">
          <mxGeometry height="40" width="70" x="140" y="310" as="geometry" />
        </mxCell>
        <mxCell id="ttJMnmOJ9A8DWHro3bs2-369" parent="ttJMnmOJ9A8DWHro3bs2-355" style="ellipse;whiteSpace=wrap;html=1;align=center;fontSize=8;" value="Verifikasi kesesuaian data aset" vertex="1">
          <mxGeometry height="40" width="70" x="180" y="250" as="geometry" />
        </mxCell>
        <mxCell id="ttJMnmOJ9A8DWHro3bs2-367" parent="ttJMnmOJ9A8DWHro3bs2-355" style="ellipse;whiteSpace=wrap;html=1;align=center;fontSize=8;" value="Mencatat hasil audit" vertex="1">
          <mxGeometry height="40" width="70" x="160" y="40" as="geometry" />
        </mxCell>
        <mxCell id="ttJMnmOJ9A8DWHro3bs2-364" parent="ttJMnmOJ9A8DWHro3bs2-355" style="ellipse;whiteSpace=wrap;html=1;align=center;fontSize=8;" value="Memfilter laporan berdasar periode" vertex="1">
          <mxGeometry height="40" width="70" x="54" y="410" as="geometry" />
        </mxCell>
        <mxCell id="ttJMnmOJ9A8DWHro3bs2-365" parent="ttJMnmOJ9A8DWHro3bs2-355" style="ellipse;whiteSpace=wrap;html=1;align=center;fontSize=8;" value="Membandingkan data periodik" vertex="1">
          <mxGeometry height="40" width="70" x="60" y="460" as="geometry" />
        </mxCell>
        <mxCell id="ttJMnmOJ9A8DWHro3bs2-370" parent="ttJMnmOJ9A8DWHro3bs2-355" style="ellipse;whiteSpace=wrap;html=1;align=center;fontSize=8;" value="Menandai aset selisih" vertex="1">
          <mxGeometry height="40" width="70" x="200" y="400" as="geometry" />
        </mxCell>
        <mxCell id="ttJMnmOJ9A8DWHro3bs2-368" parent="ttJMnmOJ9A8DWHro3bs2-355" style="ellipse;whiteSpace=wrap;html=1;align=center;fontSize=8;" value="Membuat berita acara audit" vertex="1">
          <mxGeometry height="40" width="70" x="270" y="180" as="geometry" />
        </mxCell>
        <mxCell id="ttJMnmOJ9A8DWHro3bs2-390" edge="1" parent="ttJMnmOJ9A8DWHro3bs2-355" source="ttJMnmOJ9A8DWHro3bs2-370" style="html=1;verticalAlign=bottom;labelBackgroundColor=none;endArrow=open;endFill=0;dashed=1;rounded=0;exitX=0.5;exitY=0;exitDx=0;exitDy=0;entryX=1;entryY=1;entryDx=0;entryDy=0;" target="ttJMnmOJ9A8DWHro3bs2-368" value="&amp;lt;&amp;lt;extend&amp;gt;&amp;gt;">
          <mxGeometry relative="1" width="160" as="geometry">
            <mxPoint x="280" y="350" as="sourcePoint" />
            <mxPoint x="220" y="482" as="targetPoint" />
          </mxGeometry>
        </mxCell>
        <mxCell id="ttJMnmOJ9A8DWHro3bs2-358" parent="ttJMnmOJ9A8DWHro3bs2-355" style="ellipse;whiteSpace=wrap;html=1;align=center;fontSize=8;" value="Membuat laporan aset" vertex="1">
          <mxGeometry height="40" width="70" x="50" y="30" as="geometry" />
        </mxCell>
        <mxCell id="ttJMnmOJ9A8DWHro3bs2-359" parent="ttJMnmOJ9A8DWHro3bs2-355" style="ellipse;whiteSpace=wrap;html=1;align=center;fontSize=8;" value="Membuat laporan depresiasi" vertex="1">
          <mxGeometry height="40" width="70" x="20" y="80" as="geometry" />
        </mxCell>
        <mxCell id="SDq1_bFD7WnbyKTvlYuf-2" parent="ttJMnmOJ9A8DWHro3bs2-355" style="ellipse;whiteSpace=wrap;html=1;align=center;fontSize=8;" value="Mencetak laporan mutasi" vertex="1">
          <mxGeometry height="40" width="70" x="60" y="140" as="geometry" />
        </mxCell>
        <mxCell id="SDq1_bFD7WnbyKTvlYuf-3" parent="ttJMnmOJ9A8DWHro3bs2-355" style="ellipse;whiteSpace=wrap;html=1;align=center;fontSize=8;" value="Mencetak laporan audit" vertex="1">
          <mxGeometry height="40" width="70" x="90" y="210" as="geometry" />
        </mxCell>
        <mxCell id="SDq1_bFD7WnbyKTvlYuf-4" parent="ttJMnmOJ9A8DWHro3bs2-355" style="ellipse;whiteSpace=wrap;html=1;align=center;fontSize=8;" value="Mencetak laporan pajak" vertex="1">
          <mxGeometry height="40" width="70" x="160" y="180" as="geometry" />
        </mxCell>
        <mxCell id="SDq1_bFD7WnbyKTvlYuf-11" edge="1" parent="ttJMnmOJ9A8DWHro3bs2-355" source="SDq1_bFD7WnbyKTvlYuf-4" style="html=1;verticalAlign=bottom;labelBackgroundColor=none;endArrow=open;endFill=0;dashed=1;rounded=0;exitX=0.429;exitY=0;exitDx=0;exitDy=0;entryX=0.576;entryY=0.995;entryDx=0;entryDy=0;entryPerimeter=0;exitPerimeter=0;" target="ttJMnmOJ9A8DWHro3bs2-360" value="&amp;lt;&amp;lt;extend&amp;gt;&amp;gt;">
          <mxGeometry relative="1" width="160" as="geometry">
            <mxPoint x="190" y="326" as="sourcePoint" />
            <mxPoint x="285" y="140" as="targetPoint" />
          </mxGeometry>
        </mxCell>
        <mxCell id="SDq1_bFD7WnbyKTvlYuf-12" edge="1" parent="ttJMnmOJ9A8DWHro3bs2-355" source="SDq1_bFD7WnbyKTvlYuf-2" style="html=1;verticalAlign=bottom;labelBackgroundColor=none;endArrow=open;endFill=0;dashed=1;rounded=0;exitX=0.5;exitY=0;exitDx=0;exitDy=0;entryX=0.098;entryY=0.724;entryDx=0;entryDy=0;entryPerimeter=0;" target="ttJMnmOJ9A8DWHro3bs2-360" value="&amp;lt;&amp;lt;extend&amp;gt;&amp;gt;">
          <mxGeometry relative="1" width="160" as="geometry">
            <mxPoint x="140" y="150" as="sourcePoint" />
            <mxPoint x="159" y="120" as="targetPoint" />
          </mxGeometry>
        </mxCell>
        <mxCell id="SDq1_bFD7WnbyKTvlYuf-13" edge="1" parent="ttJMnmOJ9A8DWHro3bs2-355" source="SDq1_bFD7WnbyKTvlYuf-3" style="html=1;verticalAlign=bottom;labelBackgroundColor=none;endArrow=open;endFill=0;dashed=1;rounded=0;exitX=0.685;exitY=0;exitDx=0;exitDy=0;entryX=0.23;entryY=0.892;entryDx=0;entryDy=0;entryPerimeter=0;exitPerimeter=0;" target="ttJMnmOJ9A8DWHro3bs2-360" value="&amp;lt;&amp;lt;extend&amp;gt;&amp;gt;">
          <mxGeometry relative="1" width="160" as="geometry">
            <mxPoint x="170" y="230" as="sourcePoint" />
            <mxPoint x="189" y="200" as="targetPoint" />
          </mxGeometry>
        </mxCell>
        <mxCell id="JGa3toTjyCk54IzFmMTe-7" edge="1" parent="1" source="ttJMnmOJ9A8DWHro3bs2-356" style="rounded=0;orthogonalLoop=1;jettySize=auto;html=1;entryX=0;entryY=0.5;entryDx=0;entryDy=0;endArrow=none;endFill=0;" target="ttJMnmOJ9A8DWHro3bs2-369">
          <mxGeometry relative="1" as="geometry" />
        </mxCell>
        <mxCell id="ttJMnmOJ9A8DWHro3bs2-356" parent="1" style="shape=umlActor;verticalLabelPosition=bottom;verticalAlign=top;html=1;outlineConnect=0;" value="Admin" vertex="1">
          <mxGeometry height="30" width="20" x="90" y="2280" as="geometry" />
        </mxCell>
        <mxCell id="JGa3toTjyCk54IzFmMTe-6" edge="1" parent="1" source="ttJMnmOJ9A8DWHro3bs2-357" style="rounded=0;orthogonalLoop=1;jettySize=auto;html=1;entryX=1;entryY=0.5;entryDx=0;entryDy=0;endArrow=none;endFill=0;" target="ttJMnmOJ9A8DWHro3bs2-362">
          <mxGeometry relative="1" as="geometry" />
        </mxCell>
        <mxCell id="ttJMnmOJ9A8DWHro3bs2-357" parent="1" style="shape=umlActor;verticalLabelPosition=bottom;verticalAlign=top;html=1;outlineConnect=0;" value="Auditor" vertex="1">
          <mxGeometry height="30" width="20" x="680" y="2300" as="geometry" />
        </mxCell>
        <mxCell id="ttJMnmOJ9A8DWHro3bs2-366" parent="1" style="ellipse;whiteSpace=wrap;html=1;align=center;fontSize=8;" value="Mencatat hasil pencocokan aset" vertex="1">
          <mxGeometry height="40" width="70" x="480" y="2120" as="geometry" />
        </mxCell>
        <mxCell id="ttJMnmOJ9A8DWHro3bs2-372" edge="1" parent="1" source="ttJMnmOJ9A8DWHro3bs2-358" style="rounded=0;orthogonalLoop=1;jettySize=auto;html=1;exitX=0;exitY=0.5;exitDx=0;exitDy=0;endArrow=none;endFill=0;" target="ttJMnmOJ9A8DWHro3bs2-356">
          <mxGeometry relative="1" as="geometry" />
        </mxCell>
        <mxCell id="ttJMnmOJ9A8DWHro3bs2-373" edge="1" parent="1" source="ttJMnmOJ9A8DWHro3bs2-359" style="rounded=0;orthogonalLoop=1;jettySize=auto;html=1;exitX=0;exitY=0.5;exitDx=0;exitDy=0;endArrow=none;endFill=0;" target="ttJMnmOJ9A8DWHro3bs2-356">
          <mxGeometry relative="1" as="geometry" />
        </mxCell>
        <mxCell id="ttJMnmOJ9A8DWHro3bs2-374" edge="1" parent="1" source="ttJMnmOJ9A8DWHro3bs2-360" style="rounded=0;orthogonalLoop=1;jettySize=auto;html=1;exitX=0;exitY=0.5;exitDx=0;exitDy=0;endArrow=none;endFill=0;" target="ttJMnmOJ9A8DWHro3bs2-356">
          <mxGeometry relative="1" as="geometry" />
        </mxCell>
        <mxCell id="ttJMnmOJ9A8DWHro3bs2-375" edge="1" parent="1" source="ttJMnmOJ9A8DWHro3bs2-361" style="rounded=0;orthogonalLoop=1;jettySize=auto;html=1;exitX=0;exitY=0.5;exitDx=0;exitDy=0;endArrow=none;endFill=0;" target="ttJMnmOJ9A8DWHro3bs2-356">
          <mxGeometry relative="1" as="geometry" />
        </mxCell>
        <mxCell id="ttJMnmOJ9A8DWHro3bs2-376" edge="1" parent="1" source="ttJMnmOJ9A8DWHro3bs2-362" style="rounded=0;orthogonalLoop=1;jettySize=auto;html=1;exitX=0;exitY=0.5;exitDx=0;exitDy=0;endArrow=none;endFill=0;" target="ttJMnmOJ9A8DWHro3bs2-356">
          <mxGeometry relative="1" as="geometry" />
        </mxCell>
        <mxCell id="ttJMnmOJ9A8DWHro3bs2-377" edge="1" parent="1" source="ttJMnmOJ9A8DWHro3bs2-364" style="rounded=0;orthogonalLoop=1;jettySize=auto;html=1;exitX=0;exitY=0.5;exitDx=0;exitDy=0;endArrow=none;endFill=0;" target="ttJMnmOJ9A8DWHro3bs2-356">
          <mxGeometry relative="1" as="geometry" />
        </mxCell>
        <mxCell id="ttJMnmOJ9A8DWHro3bs2-378" edge="1" parent="1" source="ttJMnmOJ9A8DWHro3bs2-365" style="rounded=0;orthogonalLoop=1;jettySize=auto;html=1;exitX=0;exitY=0.5;exitDx=0;exitDy=0;endArrow=none;endFill=0;">
          <mxGeometry relative="1" as="geometry">
            <mxPoint x="110" y="2310" as="targetPoint" />
          </mxGeometry>
        </mxCell>
        <mxCell id="ttJMnmOJ9A8DWHro3bs2-379" edge="1" parent="1" source="ttJMnmOJ9A8DWHro3bs2-366" style="rounded=0;orthogonalLoop=1;jettySize=auto;html=1;exitX=1;exitY=0.5;exitDx=0;exitDy=0;endArrow=none;endFill=0;" target="ttJMnmOJ9A8DWHro3bs2-357">
          <mxGeometry relative="1" as="geometry" />
        </mxCell>
        <mxCell id="ttJMnmOJ9A8DWHro3bs2-382" edge="1" parent="1" source="ttJMnmOJ9A8DWHro3bs2-367" style="rounded=0;orthogonalLoop=1;jettySize=auto;html=1;exitX=1;exitY=0.5;exitDx=0;exitDy=0;endArrow=none;endFill=0;" target="ttJMnmOJ9A8DWHro3bs2-357">
          <mxGeometry relative="1" as="geometry" />
        </mxCell>
        <mxCell id="ttJMnmOJ9A8DWHro3bs2-383" edge="1" parent="1" source="ttJMnmOJ9A8DWHro3bs2-368" style="rounded=0;orthogonalLoop=1;jettySize=auto;html=1;exitX=1;exitY=0.5;exitDx=0;exitDy=0;endArrow=none;endFill=0;" target="ttJMnmOJ9A8DWHro3bs2-357">
          <mxGeometry relative="1" as="geometry" />
        </mxCell>
        <mxCell id="ttJMnmOJ9A8DWHro3bs2-384" edge="1" parent="1" source="ttJMnmOJ9A8DWHro3bs2-369" style="rounded=0;orthogonalLoop=1;jettySize=auto;html=1;exitX=1;exitY=0.5;exitDx=0;exitDy=0;endArrow=none;endFill=0;" target="ttJMnmOJ9A8DWHro3bs2-357">
          <mxGeometry relative="1" as="geometry" />
        </mxCell>
        <mxCell id="ttJMnmOJ9A8DWHro3bs2-385" edge="1" parent="1" source="ttJMnmOJ9A8DWHro3bs2-370" style="rounded=0;orthogonalLoop=1;jettySize=auto;html=1;exitX=1;exitY=0.5;exitDx=0;exitDy=0;endArrow=none;endFill=0;" target="ttJMnmOJ9A8DWHro3bs2-357">
          <mxGeometry relative="1" as="geometry" />
        </mxCell>
        <mxCell id="ttJMnmOJ9A8DWHro3bs2-386" edge="1" parent="1" source="ttJMnmOJ9A8DWHro3bs2-371" style="rounded=0;orthogonalLoop=1;jettySize=auto;html=1;exitX=1;exitY=0.5;exitDx=0;exitDy=0;endArrow=none;endFill=0;" target="ttJMnmOJ9A8DWHro3bs2-357">
          <mxGeometry relative="1" as="geometry" />
        </mxCell>
        <mxCell id="ttJMnmOJ9A8DWHro3bs2-388" edge="1" parent="1" source="ttJMnmOJ9A8DWHro3bs2-363" style="rounded=0;orthogonalLoop=1;jettySize=auto;html=1;exitX=0;exitY=0.5;exitDx=0;exitDy=0;endArrow=none;endFill=0;" target="ttJMnmOJ9A8DWHro3bs2-356">
          <mxGeometry relative="1" as="geometry" />
        </mxCell>
        <mxCell id="ttJMnmOJ9A8DWHro3bs2-389" edge="1" parent="1" source="ttJMnmOJ9A8DWHro3bs2-366" style="html=1;verticalAlign=bottom;labelBackgroundColor=none;endArrow=open;endFill=0;dashed=1;rounded=0;exitX=0.5;exitY=1;exitDx=0;exitDy=0;entryX=0.5;entryY=0;entryDx=0;entryDy=0;" target="ttJMnmOJ9A8DWHro3bs2-369" value="&amp;lt;&amp;lt;include&amp;gt;&amp;gt;">
          <mxGeometry relative="1" width="160" as="geometry">
            <mxPoint x="540" y="2180" as="sourcePoint" />
            <mxPoint x="620" y="2206" as="targetPoint" />
          </mxGeometry>
        </mxCell>
        <mxCell id="ttJMnmOJ9A8DWHro3bs2-391" parent="1" style="swimlane;whiteSpace=wrap;html=1;startSize=23;" value="&lt;span style=&quot;font-family: &amp;quot;Anthropic Sans&amp;quot;, -apple-system, BlinkMacSystemFont, &amp;quot;Segoe UI&amp;quot;, sans-serif; font-size: 14px; font-weight: 500; text-align: start; white-space: nowrap;&quot;&gt;Keamanan dan Pengaturan Sistem&lt;/span&gt;" vertex="1">
          <mxGeometry height="510" width="370" x="220" y="2730" as="geometry" />
        </mxCell>
        <mxCell id="ttJMnmOJ9A8DWHro3bs2-396" parent="ttJMnmOJ9A8DWHro3bs2-391" style="ellipse;whiteSpace=wrap;html=1;align=center;fontSize=8;" value="Restore data dari backup" vertex="1">
          <mxGeometry height="40" width="70" x="50" y="280" as="geometry" />
        </mxCell>
        <mxCell id="ttJMnmOJ9A8DWHro3bs2-397" parent="ttJMnmOJ9A8DWHro3bs2-391" style="ellipse;whiteSpace=wrap;html=1;align=center;fontSize=8;" value="Menyimpan konfigurasi kebijakan sistem" vertex="1">
          <mxGeometry height="40" width="70" x="110" y="320" as="geometry" />
        </mxCell>
        <mxCell id="ttJMnmOJ9A8DWHro3bs2-392" parent="ttJMnmOJ9A8DWHro3bs2-391" style="ellipse;whiteSpace=wrap;html=1;align=center;fontSize=8;" value="Menambah akun pengguna" vertex="1">
          <mxGeometry height="40" width="70" x="70" y="40" as="geometry" />
        </mxCell>
        <mxCell id="ttJMnmOJ9A8DWHro3bs2-393" parent="ttJMnmOJ9A8DWHro3bs2-391" style="ellipse;whiteSpace=wrap;html=1;align=center;fontSize=8;" value="Menyimpan konfigurasi hak akses (RBAC)" vertex="1">
          <mxGeometry height="40" width="70" x="50" y="90" as="geometry" />
        </mxCell>
        <mxCell id="ttJMnmOJ9A8DWHro3bs2-407" parent="ttJMnmOJ9A8DWHro3bs2-391" style="ellipse;whiteSpace=wrap;html=1;align=center;fontSize=8;" value="Reset password via email" vertex="1">
          <mxGeometry height="40" width="70" x="200" y="220" as="geometry" />
        </mxCell>
        <mxCell id="ttJMnmOJ9A8DWHro3bs2-408" parent="ttJMnmOJ9A8DWHro3bs2-391" style="ellipse;whiteSpace=wrap;html=1;align=center;fontSize=8;" value="Mengaktifkan autentikasi 2FA" vertex="1">
          <mxGeometry height="40" width="70" x="194" y="290" as="geometry" />
        </mxCell>
        <mxCell id="ttJMnmOJ9A8DWHro3bs2-409" parent="ttJMnmOJ9A8DWHro3bs2-391" style="ellipse;whiteSpace=wrap;html=1;align=center;fontSize=8;" value="Memperbarui profil pengguna" vertex="1">
          <mxGeometry height="40" width="70" x="194" y="370" as="geometry" />
        </mxCell>
        <mxCell id="ttJMnmOJ9A8DWHro3bs2-398" parent="ttJMnmOJ9A8DWHro3bs2-391" style="ellipse;whiteSpace=wrap;html=1;align=center;fontSize=8;" value="Melakukan backup data" vertex="1">
          <mxGeometry height="40" width="70" x="110" y="250" as="geometry" />
        </mxCell>
        <mxCell id="ttJMnmOJ9A8DWHro3bs2-405" parent="ttJMnmOJ9A8DWHro3bs2-391" style="ellipse;whiteSpace=wrap;html=1;align=center;fontSize=8;" value="Logout dari sistem" vertex="1">
          <mxGeometry height="40" width="70" x="190" y="50" as="geometry" />
        </mxCell>
        <mxCell id="ttJMnmOJ9A8DWHro3bs2-406" parent="ttJMnmOJ9A8DWHro3bs2-391" style="ellipse;whiteSpace=wrap;html=1;align=center;fontSize=8;" value="Mengubah password" vertex="1">
          <mxGeometry height="40" width="70" x="150" y="152" as="geometry" />
        </mxCell>
        <mxCell id="ttJMnmOJ9A8DWHro3bs2-434" edge="1" parent="ttJMnmOJ9A8DWHro3bs2-391" source="ttJMnmOJ9A8DWHro3bs2-406" style="html=1;verticalAlign=bottom;labelBackgroundColor=none;endArrow=open;endFill=0;dashed=1;rounded=0;exitX=0;exitY=0.5;exitDx=0;exitDy=0;entryX=1;entryY=0;entryDx=0;entryDy=0;" target="ttJMnmOJ9A8DWHro3bs2-397" value="&amp;lt;&amp;lt;include&amp;gt;&amp;gt;">
          <mxGeometry relative="1" width="160" as="geometry">
            <mxPoint x="501" y="90" as="sourcePoint" />
            <mxPoint x="400" y="225" as="targetPoint" />
          </mxGeometry>
        </mxCell>
        <mxCell id="ttJMnmOJ9A8DWHro3bs2-394" parent="ttJMnmOJ9A8DWHro3bs2-391" style="ellipse;whiteSpace=wrap;html=1;align=center;fontSize=8;" value="Menonaktifkan akun" vertex="1">
          <mxGeometry height="40" width="70" x="124" y="112" as="geometry" />
        </mxCell>
        <mxCell id="ttJMnmOJ9A8DWHro3bs2-395" parent="1" style="ellipse;whiteSpace=wrap;html=1;align=center;fontSize=8;" value="Melihat log aktivitas pengguna" vertex="1">
          <mxGeometry height="40" width="70" x="280" y="2940" as="geometry" />
        </mxCell>
        <mxCell id="ttJMnmOJ9A8DWHro3bs2-399" parent="1" style="ellipse;whiteSpace=wrap;html=1;align=center;fontSize=8;" value="Mengonfigurasi notifikasi sistem" vertex="1">
          <mxGeometry height="40" width="70" x="310" y="3110" as="geometry" />
        </mxCell>
        <mxCell id="ttJMnmOJ9A8DWHro3bs2-400" parent="1" style="ellipse;whiteSpace=wrap;html=1;align=center;fontSize=8;" value="Memperbarui master data" vertex="1">
          <mxGeometry height="40" width="70" x="260" y="3170" as="geometry" />
        </mxCell>
        <mxCell id="JGa3toTjyCk54IzFmMTe-8" edge="1" parent="1" source="ttJMnmOJ9A8DWHro3bs2-402" style="rounded=0;orthogonalLoop=1;jettySize=auto;html=1;entryX=0;entryY=0.5;entryDx=0;entryDy=0;endArrow=none;endFill=0;" target="ttJMnmOJ9A8DWHro3bs2-406">
          <mxGeometry relative="1" as="geometry" />
        </mxCell>
        <mxCell id="ttJMnmOJ9A8DWHro3bs2-402" parent="1" style="shape=umlActor;verticalLabelPosition=bottom;verticalAlign=top;html=1;outlineConnect=0;" value="Admin" vertex="1">
          <mxGeometry height="30" width="20" x="70" y="2970" as="geometry" />
        </mxCell>
        <mxCell id="ttJMnmOJ9A8DWHro3bs2-403" parent="1" style="shape=umlActor;verticalLabelPosition=bottom;verticalAlign=top;html=1;outlineConnect=0;" value="Pengguna" vertex="1">
          <mxGeometry height="30" width="20" x="700" y="2980" as="geometry" />
        </mxCell>
        <mxCell id="ttJMnmOJ9A8DWHro3bs2-404" parent="1" style="ellipse;whiteSpace=wrap;html=1;align=center;fontSize=8;" value="Login ke sistem" vertex="1">
          <mxGeometry height="40" width="70" x="490" y="2770" as="geometry" />
        </mxCell>
        <mxCell id="ttJMnmOJ9A8DWHro3bs2-411" edge="1" parent="1" source="ttJMnmOJ9A8DWHro3bs2-404" style="rounded=0;orthogonalLoop=1;jettySize=auto;html=1;exitX=1;exitY=0.5;exitDx=0;exitDy=0;endArrow=none;endFill=0;" target="ttJMnmOJ9A8DWHro3bs2-403">
          <mxGeometry relative="1" as="geometry" />
        </mxCell>
        <mxCell id="ttJMnmOJ9A8DWHro3bs2-412" edge="1" parent="1" source="ttJMnmOJ9A8DWHro3bs2-405" style="rounded=0;orthogonalLoop=1;jettySize=auto;html=1;exitX=1;exitY=0.5;exitDx=0;exitDy=0;endArrow=none;endFill=0;" target="ttJMnmOJ9A8DWHro3bs2-403">
          <mxGeometry relative="1" as="geometry" />
        </mxCell>
        <mxCell id="ttJMnmOJ9A8DWHro3bs2-413" edge="1" parent="1" source="ttJMnmOJ9A8DWHro3bs2-406" style="rounded=0;orthogonalLoop=1;jettySize=auto;html=1;exitX=1;exitY=0.5;exitDx=0;exitDy=0;endArrow=none;endFill=0;" target="ttJMnmOJ9A8DWHro3bs2-403">
          <mxGeometry relative="1" as="geometry" />
        </mxCell>
        <mxCell id="ttJMnmOJ9A8DWHro3bs2-414" edge="1" parent="1" source="ttJMnmOJ9A8DWHro3bs2-407" style="rounded=0;orthogonalLoop=1;jettySize=auto;html=1;exitX=1;exitY=0.5;exitDx=0;exitDy=0;endArrow=none;endFill=0;" target="ttJMnmOJ9A8DWHro3bs2-403">
          <mxGeometry relative="1" as="geometry" />
        </mxCell>
        <mxCell id="ttJMnmOJ9A8DWHro3bs2-415" edge="1" parent="1" source="ttJMnmOJ9A8DWHro3bs2-408" style="rounded=0;orthogonalLoop=1;jettySize=auto;html=1;exitX=1;exitY=0.5;exitDx=0;exitDy=0;endArrow=none;endFill=0;" target="ttJMnmOJ9A8DWHro3bs2-403">
          <mxGeometry relative="1" as="geometry" />
        </mxCell>
        <mxCell id="ttJMnmOJ9A8DWHro3bs2-416" edge="1" parent="1" source="ttJMnmOJ9A8DWHro3bs2-409" style="rounded=0;orthogonalLoop=1;jettySize=auto;html=1;exitX=1;exitY=0.5;exitDx=0;exitDy=0;endArrow=none;endFill=0;" target="ttJMnmOJ9A8DWHro3bs2-403">
          <mxGeometry relative="1" as="geometry" />
        </mxCell>
        <mxCell id="ttJMnmOJ9A8DWHro3bs2-419" edge="1" parent="1" source="ttJMnmOJ9A8DWHro3bs2-392" style="rounded=0;orthogonalLoop=1;jettySize=auto;html=1;exitX=0;exitY=0.5;exitDx=0;exitDy=0;endArrow=none;endFill=0;" target="ttJMnmOJ9A8DWHro3bs2-402">
          <mxGeometry relative="1" as="geometry" />
        </mxCell>
        <mxCell id="ttJMnmOJ9A8DWHro3bs2-420" edge="1" parent="1" source="ttJMnmOJ9A8DWHro3bs2-393" style="rounded=0;orthogonalLoop=1;jettySize=auto;html=1;exitX=0;exitY=0.5;exitDx=0;exitDy=0;endArrow=none;endFill=0;" target="ttJMnmOJ9A8DWHro3bs2-402">
          <mxGeometry relative="1" as="geometry" />
        </mxCell>
        <mxCell id="ttJMnmOJ9A8DWHro3bs2-422" edge="1" parent="1" source="ttJMnmOJ9A8DWHro3bs2-394" style="rounded=0;orthogonalLoop=1;jettySize=auto;html=1;exitX=0;exitY=0.5;exitDx=0;exitDy=0;endArrow=none;endFill=0;" target="ttJMnmOJ9A8DWHro3bs2-402">
          <mxGeometry relative="1" as="geometry" />
        </mxCell>
        <mxCell id="ttJMnmOJ9A8DWHro3bs2-423" edge="1" parent="1" source="ttJMnmOJ9A8DWHro3bs2-395" style="rounded=0;orthogonalLoop=1;jettySize=auto;html=1;exitX=0;exitY=0.5;exitDx=0;exitDy=0;endArrow=none;endFill=0;" target="ttJMnmOJ9A8DWHro3bs2-402">
          <mxGeometry relative="1" as="geometry" />
        </mxCell>
        <mxCell id="ttJMnmOJ9A8DWHro3bs2-424" edge="1" parent="1" source="ttJMnmOJ9A8DWHro3bs2-396" style="rounded=0;orthogonalLoop=1;jettySize=auto;html=1;exitX=0;exitY=0.5;exitDx=0;exitDy=0;endArrow=none;endFill=0;" target="ttJMnmOJ9A8DWHro3bs2-402">
          <mxGeometry relative="1" as="geometry" />
        </mxCell>
        <mxCell id="ttJMnmOJ9A8DWHro3bs2-425" edge="1" parent="1" source="ttJMnmOJ9A8DWHro3bs2-397" style="rounded=0;orthogonalLoop=1;jettySize=auto;html=1;exitX=0;exitY=0.5;exitDx=0;exitDy=0;endArrow=none;endFill=0;" target="ttJMnmOJ9A8DWHro3bs2-402">
          <mxGeometry relative="1" as="geometry" />
        </mxCell>
        <mxCell id="ttJMnmOJ9A8DWHro3bs2-426" edge="1" parent="1" source="ttJMnmOJ9A8DWHro3bs2-398" style="rounded=0;orthogonalLoop=1;jettySize=auto;html=1;exitX=0;exitY=0.5;exitDx=0;exitDy=0;endArrow=none;endFill=0;" target="ttJMnmOJ9A8DWHro3bs2-402">
          <mxGeometry relative="1" as="geometry" />
        </mxCell>
        <mxCell id="ttJMnmOJ9A8DWHro3bs2-429" edge="1" parent="1" source="ttJMnmOJ9A8DWHro3bs2-399" style="rounded=0;orthogonalLoop=1;jettySize=auto;html=1;exitX=0;exitY=0.5;exitDx=0;exitDy=0;endArrow=none;endFill=0;" target="ttJMnmOJ9A8DWHro3bs2-402">
          <mxGeometry relative="1" as="geometry" />
        </mxCell>
        <mxCell id="ttJMnmOJ9A8DWHro3bs2-430" edge="1" parent="1" source="ttJMnmOJ9A8DWHro3bs2-400" style="rounded=0;orthogonalLoop=1;jettySize=auto;html=1;exitX=0;exitY=0.5;exitDx=0;exitDy=0;endArrow=none;endFill=0;" target="ttJMnmOJ9A8DWHro3bs2-402">
          <mxGeometry relative="1" as="geometry" />
        </mxCell>
        <mxCell id="ttJMnmOJ9A8DWHro3bs2-433" edge="1" parent="1" source="ttJMnmOJ9A8DWHro3bs2-407" style="html=1;verticalAlign=bottom;labelBackgroundColor=none;endArrow=open;endFill=0;dashed=1;rounded=0;" target="ttJMnmOJ9A8DWHro3bs2-404" value="&amp;lt;&amp;lt;extend&amp;gt;&amp;gt;">
          <mxGeometry relative="1" width="160" as="geometry">
            <mxPoint x="650" y="2976" as="sourcePoint" />
            <mxPoint x="675" y="2850" as="targetPoint" />
          </mxGeometry>
        </mxCell>
        <mxCell id="JGa3toTjyCk54IzFmMTe-1" edge="1" parent="1" source="ttJMnmOJ9A8DWHro3bs2-257" style="rounded=0;orthogonalLoop=1;jettySize=auto;html=1;exitX=1;exitY=0.5;exitDx=0;exitDy=0;endArrow=none;endFill=0;" target="ttJMnmOJ9A8DWHro3bs2-251">
          <mxGeometry relative="1" as="geometry" />
        </mxCell>
        <mxCell id="JGa3toTjyCk54IzFmMTe-2" edge="1" parent="1" source="ttJMnmOJ9A8DWHro3bs2-259" style="rounded=0;orthogonalLoop=1;jettySize=auto;html=1;exitX=1;exitY=0;exitDx=0;exitDy=0;endArrow=none;endFill=0;" target="ttJMnmOJ9A8DWHro3bs2-251">
          <mxGeometry relative="1" as="geometry" />
        </mxCell>
        <mxCell id="JGa3toTjyCk54IzFmMTe-5" edge="1" parent="1" source="ttJMnmOJ9A8DWHro3bs2-320" style="rounded=0;orthogonalLoop=1;jettySize=auto;html=1;entryX=0.047;entryY=0.73;entryDx=0;entryDy=0;entryPerimeter=0;endArrow=none;endFill=0;" target="ttJMnmOJ9A8DWHro3bs2-331">
          <mxGeometry relative="1" as="geometry" />
        </mxCell>
        <mxCell id="SDq1_bFD7WnbyKTvlYuf-1" edge="1" parent="1" source="ttJMnmOJ9A8DWHro3bs2-324" style="rounded=0;orthogonalLoop=1;jettySize=auto;html=1;exitX=1;exitY=0.5;exitDx=0;exitDy=0;endArrow=none;endFill=0;" target="ttJMnmOJ9A8DWHro3bs2-321">
          <mxGeometry relative="1" as="geometry" />
        </mxCell>
        <mxCell id="SDq1_bFD7WnbyKTvlYuf-8" edge="1" parent="1" source="SDq1_bFD7WnbyKTvlYuf-2" style="rounded=0;orthogonalLoop=1;jettySize=auto;html=1;exitX=0;exitY=0.5;exitDx=0;exitDy=0;endArrow=none;endFill=0;" target="ttJMnmOJ9A8DWHro3bs2-356">
          <mxGeometry relative="1" as="geometry" />
        </mxCell>
        <mxCell id="SDq1_bFD7WnbyKTvlYuf-9" edge="1" parent="1" source="SDq1_bFD7WnbyKTvlYuf-4" style="rounded=0;orthogonalLoop=1;jettySize=auto;html=1;exitX=0;exitY=0.5;exitDx=0;exitDy=0;endArrow=none;endFill=0;" target="ttJMnmOJ9A8DWHro3bs2-356">
          <mxGeometry relative="1" as="geometry" />
        </mxCell>
        <mxCell id="SDq1_bFD7WnbyKTvlYuf-10" edge="1" parent="1" source="SDq1_bFD7WnbyKTvlYuf-3" style="rounded=0;orthogonalLoop=1;jettySize=auto;html=1;exitX=0;exitY=0.5;exitDx=0;exitDy=0;endArrow=none;endFill=0;" target="ttJMnmOJ9A8DWHro3bs2-356">
          <mxGeometry relative="1" as="geometry" />
        </mxCell>
        <mxCell id="Ji7-jTJ7KOdppPhq-gUy-1" edge="1" parent="1" source="ttJMnmOJ9A8DWHro3bs2-229" style="rounded=0;orthogonalLoop=1;jettySize=auto;html=1;exitX=0;exitY=0.5;exitDx=0;exitDy=0;endArrow=none;endFill=0;" target="ttJMnmOJ9A8DWHro3bs2-210">
          <mxGeometry relative="1" as="geometry" />
        </mxCell>
        <mxCell id="Ji7-jTJ7KOdppPhq-gUy-2" edge="1" parent="1" source="ttJMnmOJ9A8DWHro3bs2-214" style="rounded=0;orthogonalLoop=1;jettySize=auto;html=1;exitX=1;exitY=0.5;exitDx=0;exitDy=0;endArrow=none;endFill=0;" target="ttJMnmOJ9A8DWHro3bs2-211">
          <mxGeometry relative="1" as="geometry" />
        </mxCell>
        <mxCell id="Ji7-jTJ7KOdppPhq-gUy-7" edge="1" parent="1" source="Ji7-jTJ7KOdppPhq-gUy-6" style="rounded=0;orthogonalLoop=1;jettySize=auto;html=1;exitX=0;exitY=0.5;exitDx=0;exitDy=0;endArrow=none;endFill=0;" target="ttJMnmOJ9A8DWHro3bs2-250">
          <mxGeometry relative="1" as="geometry" />
        </mxCell>
        <mxCell id="Ji7-jTJ7KOdppPhq-gUy-10" edge="1" parent="1" source="Ji7-jTJ7KOdppPhq-gUy-9" style="rounded=0;orthogonalLoop=1;jettySize=auto;html=1;exitX=0;exitY=0.5;exitDx=0;exitDy=0;endArrow=none;endFill=0;" target="ttJMnmOJ9A8DWHro3bs2-320">
          <mxGeometry relative="1" as="geometry" />
        </mxCell>
        <mxCell id="Z1_i2laTNwozgm0S6zVG-2" edge="1" parent="1" source="Z1_i2laTNwozgm0S6zVG-1" style="rounded=0;orthogonalLoop=1;jettySize=auto;html=1;exitX=0;exitY=0.5;exitDx=0;exitDy=0;endArrow=none;endFill=0;" target="ttJMnmOJ9A8DWHro3bs2-320">
          <mxGeometry relative="1" as="geometry" />
        </mxCell>
      </root>
    </mxGraphModel>
  </diagram>
</mxfile>
